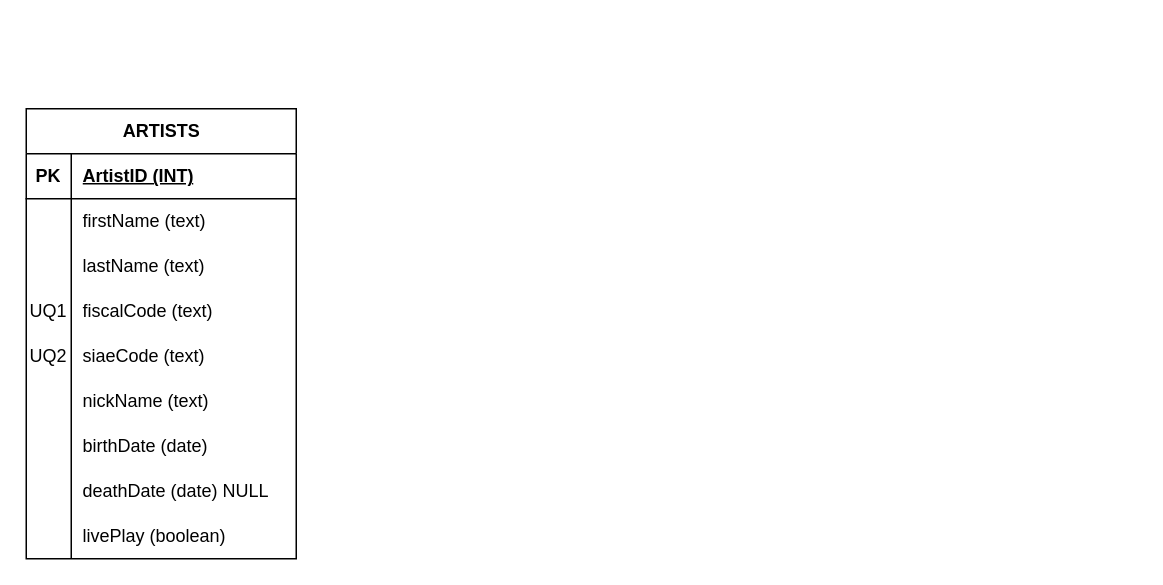
Earlier version of the draw.io diagram SIAM1838.drawio (federico-mariconti/Convenience-Store). Source tidied: cells renumbered, new cells numbered last; positions are measured from the earlier drawing's top-left corner, leaving out a move shared by most shapes. Both pictures are drawn from the tidied source at 150%, with x=0, y=0 at pixel (26, 108).
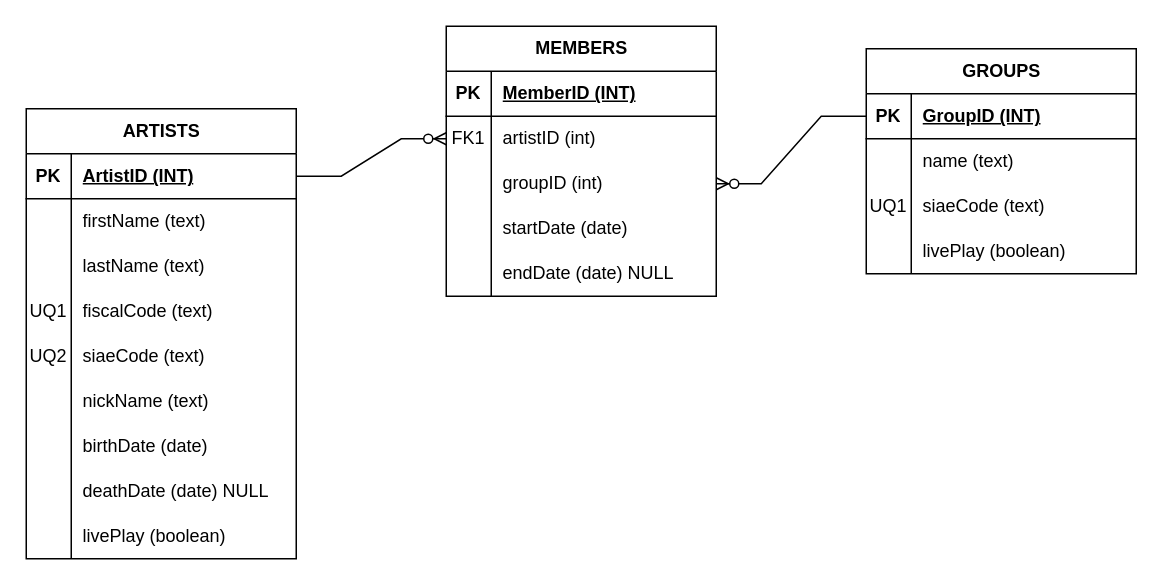
Above is the later version.

The change refers to these unchanged cells:
```xml
<mxCell id="3" style="shape=tableRow;horizontal=0;startSize=0;swimlaneHead=0;swimlaneBody=0;fillColor=none;points=[[0,0.5],[1,0.5]];portConstraint=eastwest;top=0;left=0;right=0;bottom=1;" parent="2" vertex="1">
  <mxGeometry y="30" width="180" height="30" as="geometry" />
</mxCell>
```

What changed in the source:
```diff
@@
+    <mxCell id="30" value="GROUPS" style="shape=table;startSize=30;childLayout=tableLayout;rowLines=0;fontStyle=1;align=center;html=1;" parent="1" vertex="1">
+      <mxGeometry x="560" y="-40" width="180" height="150" as="geometry" />
+    </mxCell>
+    <mxCell id="31" style="shape=tableRow;horizontal=0;startSize=0;swimlaneHead=0;swimlaneBody=0;fillColor=none;points=[[0,0.5],[1,0.5]];portConstraint=eastwest;top=0;left=0;right=0;bottom=1;" parent="30" vertex="1">
+      <mxGeometry y="30" width="180" height="30" as="geometry" />
+    </mxCell>
+    <mxCell id="32" value="PK" style="shape=partialRectangle;fillColor=none;top=0;left=0;bottom=0;right=0;fontStyle=1;overflow=hidden;whiteSpace=wrap;html=1;" parent="31" vertex="1">
+      <mxGeometry width="30" height="30" as="geometry" />
+    </mxCell>
+    <mxCell id="33" value="GroupID (INT)" style="shape=partialRectangle;fillColor=none;top=0;left=0;bottom=0;right=0;align=left;spacingLeft=6;fontStyle=5;overflow=hidden;whiteSpace=wrap;html=1;" parent="31" vertex="1">
+      <mxGeometry x="30" width="150" height="30" as="geometry" />
+    </mxCell>
+    <mxCell id="34" style="shape=tableRow;horizontal=0;startSize=0;swimlaneHead=0;swimlaneBody=0;fillColor=none;top=0;left=0;right=0;bottom=0;" parent="30" vertex="1">
+      <mxGeometry y="60" width="180" height="30" as="geometry" />
+    </mxCell>
+    <mxCell id="35" style="shape=partialRectangle;fillColor=none;top=0;left=0;bottom=0;right=0;overflow=hidden;whiteSpace=wrap;html=1;" parent="34" vertex="1">
+      <mxGeometry width="30" height="30" as="geometry" />
+    </mxCell>
+    <mxCell id="36" value="name (text)" style="shape=partialRectangle;fillColor=none;top=0;left=0;bottom=0;right=0;align=left;spacingLeft=6;overflow=hidden;whiteSpace=wrap;html=1;" parent="34" vertex="1">
+      <mxGeometry x="30" width="150" height="30" as="geometry" />
+    </mxCell>
+    <mxCell id="37" style="shape=tableRow;horizontal=0;startSize=0;swimlaneHead=0;swimlaneBody=0;fillColor=none;top=0;left=0;right=0;bottom=0;" parent="30" vertex="1">
+      <mxGeometry y="90" width="180" height="30" as="geometry" />
+    </mxCell>
+    <mxCell id="38" value="UQ1" style="shape=partialRectangle;fillColor=none;top=0;left=0;bottom=0;right=0;overflow=hidden;whiteSpace=wrap;html=1;" parent="37" vertex="1">
+      <mxGeometry width="30" height="30" as="geometry" />
+    </mxCell>
+    <mxCell id="39" value="siaeCode (text)" style="shape=partialRectangle;fillColor=none;top=0;left=0;bottom=0;right=0;align=left;spacingLeft=6;overflow=hidden;whiteSpace=wrap;html=1;" parent="37" vertex="1">
+      <mxGeometry x="30" width="150" height="30" as="geometry" />
+    </mxCell>
+    <mxCell id="40" style="shape=tableRow;horizontal=0;startSize=0;swimlaneHead=0;swimlaneBody=0;fillColor=none;top=0;left=0;right=0;bottom=0;" parent="30" vertex="1">
+      <mxGeometry y="120" width="180" height="30" as="geometry" />
+    </mxCell>
+    <mxCell id="41" style="shape=partialRectangle;fillColor=none;top=0;left=0;bottom=0;right=0;overflow=hidden;whiteSpace=wrap;html=1;" parent="40" vertex="1">
+      <mxGeometry width="30" height="30" as="geometry" />
+    </mxCell>
+    <mxCell id="42" value="livePlay (boolean)" style="shape=partialRectangle;fillColor=none;top=0;left=0;bottom=0;right=0;align=left;spacingLeft=6;overflow=hidden;whiteSpace=wrap;html=1;" parent="40" vertex="1">
+      <mxGeometry x="30" width="150" height="30" as="geometry" />
+    </mxCell>
+    <mxCell id="43" value="MEMBERS" style="shape=table;startSize=30;childLayout=tableLayout;rowLines=0;fontStyle=1;align=center;html=1;" parent="1" vertex="1">
+      <mxGeometry x="280" y="-55" width="180" height="180" as="geometry" />
+    </mxCell>
+    <mxCell id="44" style="shape=tableRow;horizontal=0;startSize=0;swimlaneHead=0;swimlaneBody=0;fillColor=none;top=0;left=0;right=0;bottom=1;" parent="43" vertex="1">
+      <mxGeometry y="30" width="180" height="30" as="geometry" />
+    </mxCell>
+    <mxCell id="45" value="PK" style="shape=partialRectangle;fillColor=none;top=0;left=0;bottom=0;right=0;fontStyle=1;overflow=hidden;whiteSpace=wrap;html=1;" parent="44" vertex="1">
+      <mxGeometry width="30" height="30" as="geometry" />
+    </mxCell>
+    <mxCell id="46" value="MemberID (INT)" style="shape=partialRectangle;fillColor=none;top=0;left=0;bottom=0;right=0;align=left;spacingLeft=6;fontStyle=5;overflow=hidden;whiteSpace=wrap;html=1;" parent="44" vertex="1">
+      <mxGeometry x="30" width="150" height="30" as="geometry" />
+    </mxCell>
+    <mxCell id="47" style="shape=tableRow;horizontal=0;startSize=0;swimlaneHead=0;swimlaneBody=0;fillColor=none;points=[[0,0.5],[1,0.5]];portConstraint=eastwest;top=0;left=0;right=0;bottom=0;" parent="43" vertex="1">
+      <mxGeometry y="60" width="180" height="30" as="geometry" />
+    </mxCell>
+    <mxCell id="48" value="FK1" style="shape=partialRectangle;fillColor=none;top=0;left=0;bottom=0;right=0;overflow=hidden;whiteSpace=wrap;html=1;" parent="47" vertex="1">
+      <mxGeometry width="30" height="30" as="geometry" />
+    </mxCell>
+    <mxCell id="49" value="artistID (int)" style="shape=partialRectangle;fillColor=none;top=0;left=0;bottom=0;right=0;align=left;spacingLeft=6;overflow=hidden;whiteSpace=wrap;html=1;" parent="47" vertex="1">
+      <mxGeometry x="30" width="150" height="30" as="geometry" />
+    </mxCell>
+    <mxCell id="50" style="shape=tableRow;horizontal=0;startSize=0;swimlaneHead=0;swimlaneBody=0;fillColor=none;points=[[0,0.5],[1,0.5]];portConstraint=eastwest;top=0;left=0;right=0;bottom=0;" parent="43" vertex="1">
+      <mxGeometry y="90" width="180" height="30" as="geometry" />
+    </mxCell>
+    <mxCell id="51" style="shape=partialRectangle;fillColor=none;top=0;left=0;bottom=0;right=0;overflow=hidden;whiteSpace=wrap;html=1;" parent="50" vertex="1">
+      <mxGeometry width="30" height="30" as="geometry" />
+    </mxCell>
+    <mxCell id="52" value="groupID (int)" style="shape=partialRectangle;fillColor=none;top=0;left=0;bottom=0;right=0;align=left;spacingLeft=6;overflow=hidden;whiteSpace=wrap;html=1;" parent="50" vertex="1">
+      <mxGeometry x="30" width="150" height="30" as="geometry" />
+    </mxCell>
+    <mxCell id="53" style="shape=tableRow;horizontal=0;startSize=0;swimlaneHead=0;swimlaneBody=0;fillColor=none;top=0;left=0;right=0;bottom=0;" parent="43" vertex="1">
+      <mxGeometry y="120" width="180" height="30" as="geometry" />
+    </mxCell>
+    <mxCell id="54" style="shape=partialRectangle;fillColor=none;top=0;left=0;bottom=0;right=0;overflow=hidden;whiteSpace=wrap;html=1;" parent="53" vertex="1">
+      <mxGeometry width="30" height="30" as="geometry" />
+    </mxCell>
+    <mxCell id="55" value="startDate (date)" style="shape=partialRectangle;fillColor=none;top=0;left=0;bottom=0;right=0;align=left;spacingLeft=6;overflow=hidden;whiteSpace=wrap;html=1;" parent="53" vertex="1">
+      <mxGeometry x="30" width="150" height="30" as="geometry" />
+    </mxCell>
+    <mxCell id="56" style="shape=tableRow;horizontal=0;startSize=0;swimlaneHead=0;swimlaneBody=0;fillColor=none;top=0;left=0;right=0;bottom=0;" parent="43" vertex="1">
+      <mxGeometry y="150" width="180" height="30" as="geometry" />
+    </mxCell>
+    <mxCell id="57" style="shape=partialRectangle;fillColor=none;top=0;left=0;bottom=0;right=0;overflow=hidden;whiteSpace=wrap;html=1;" parent="56" vertex="1">
+      <mxGeometry width="30" height="30" as="geometry" />
+    </mxCell>
+    <mxCell id="58" value="endDate (date) NULL" style="shape=partialRectangle;fillColor=none;top=0;left=0;bottom=0;right=0;align=left;spacingLeft=6;overflow=hidden;whiteSpace=wrap;html=1;" parent="56" vertex="1">
+      <mxGeometry x="30" width="150" height="30" as="geometry" />
+    </mxCell>
+    <mxCell id="59" style="edgeStyle=entityRelationEdgeStyle;fontSize=12;html=1;endArrow=ERzeroToMany;endFill=1;rounded=0;" parent="1" edge="1" source="3" target="47">
+      <mxGeometry relative="1" as="geometry" />
+    </mxCell>
+    <mxCell id="60" style="edgeStyle=entityRelationEdgeStyle;fontSize=12;html=1;endArrow=ERzeroToMany;endFill=1;rounded=0;" parent="1" edge="1" source="31" target="50">
+      <mxGeometry relative="1" as="geometry" />
+    </mxCell>
```
